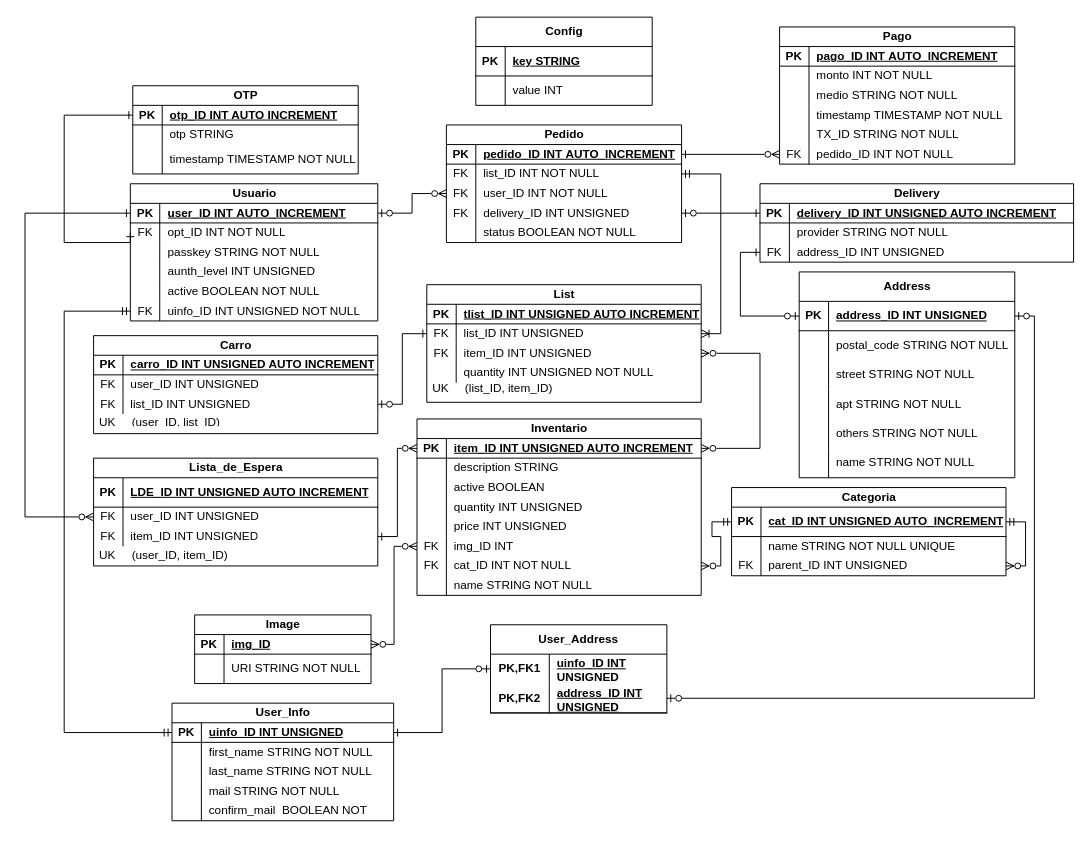
Before: back/src/main/java/com/uade/entity/EsquemaDB.drawio in nadie209x33/Marketplace, a draw.io diagram. Source tidied: cells renumbered, new cells numbered last; positions are measured from the earlier drawing's top-left corner, leaving out a move shared by most shapes. Both pictures are drawn from the tidied source at 98%, with x=0, y=0 at pixel (24, 17).
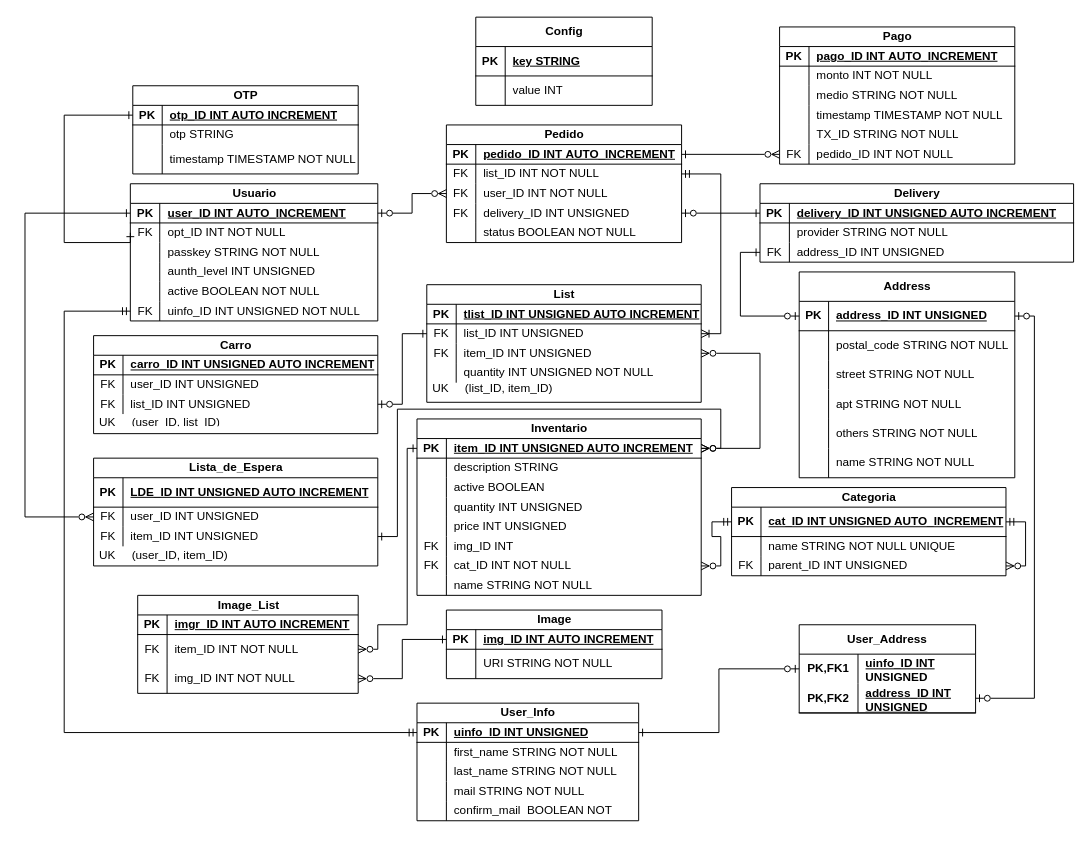
The same diagram, later.

Commit message:
Se Ajusto el esquema de base de datos para soprotar que un mismo producto tenga varias imagenes

Unchanged cells that the change refers to:
```xml
<mxCell id="68" style="shape=tableRow;horizontal=0;startSize=0;swimlaneHead=0;swimlaneBody=0;fillColor=none;points=[[0,0.5],[1,0.5]];portConstraint=eastwest;top=0;left=0;right=0;bottom=1;" parent="67" vertex="1">
  <mxGeometry y="20" width="290" height="20" as="geometry" />
</mxCell>
<mxCell id="83" style="shape=tableRow;horizontal=0;startSize=0;swimlaneHead=0;swimlaneBody=0;fillColor=none;points=[[0,0.5],[1,0.5]];portConstraint=eastwest;top=0;left=0;right=0;bottom=0;" parent="67" vertex="1">
  <mxGeometry y="120" width="290" height="20" as="geometry" />
</mxCell>
<mxCell id="189" style="shape=tableRow;horizontal=0;startSize=0;swimlaneHead=0;swimlaneBody=0;fillColor=none;points=[[0,0.5],[1,0.5]];portConstraint=eastwest;top=0;left=0;right=0;bottom=0;" parent="182" vertex="1">
  <mxGeometry y="70" width="290" height="20" as="geometry" />
</mxCell>
```

The edit, as a diff of the source:
```diff
@@
     <mxCell id="92" value="Image" style="shape=table;startSize=20;childLayout=tableLayout;rowLines=0;fontStyle=1;align=center;html=1;" parent="1" vertex="1">
-      <mxGeometry x="173.1" y="610" width="180" height="70" as="geometry" />
+      <mxGeometry x="430" y="605" width="220" height="70" as="geometry" />
     </mxCell>
     <mxCell id="93" style="shape=tableRow;horizontal=0;startSize=0;swimlaneHead=0;swimlaneBody=0;fillColor=none;points=[[0,0.5],[1,0.5]];portConstraint=eastwest;top=0;left=0;right=0;bottom=1;" parent="92" vertex="1">
-      <mxGeometry y="20" width="180" height="20" as="geometry" />
+      <mxGeometry y="20" width="220" height="20" as="geometry" />
     </mxCell>
@@
-    <mxCell id="95" value="img_ID" style="shape=partialRectangle;fillColor=none;top=0;left=0;bottom=0;right=0;align=left;spacingLeft=6;fontStyle=5;overflow=hidden;whiteSpace=wrap;html=1;" parent="93" vertex="1">
-      <mxGeometry x="30" width="150" height="20" as="geometry" />
+    <mxCell id="95" value="img_ID INT AUTO INCREMENT" style="shape=partialRectangle;fillColor=none;top=0;left=0;bottom=0;right=0;align=left;spacingLeft=6;fontStyle=5;overflow=hidden;whiteSpace=wrap;html=1;" parent="93" vertex="1">
+      <mxGeometry x="30" width="190" height="20" as="geometry" />
     </mxCell>
     <mxCell id="96" style="shape=tableRow;horizontal=0;startSize=0;swimlaneHead=0;swimlaneBody=0;fillColor=none;top=0;left=0;right=0;bottom=0;" parent="92" vertex="1">
-      <mxGeometry y="40" width="180" height="30" as="geometry" />
+      <mxGeometry y="40" width="220" height="30" as="geometry" />
     </mxCell>
@@
     <mxCell id="98" value="URI STRING NOT NULL" style="shape=partialRectangle;fillColor=none;top=0;left=0;bottom=0;right=0;align=left;spacingLeft=6;overflow=hidden;whiteSpace=wrap;html=1;" parent="96" vertex="1">
-      <mxGeometry x="30" width="150" height="30" as="geometry" />
+      <mxGeometry x="30" width="190" height="30" as="geometry" />
     </mxCell>
@@
-    <mxCell id="102" style="edgeStyle=orthogonalEdgeStyle;rounded=0;jettySize=auto;html=1;exitX=0;exitY=0.5;exitDx=0;exitDy=0;entryX=1;entryY=0.5;entryDx=0;entryDy=0;startArrow=ERzeroToMany;startFill=0;endArrow=ERzeroToMany;endFill=0;" parent="1" edge="1" source="83" target="93">
-      <mxGeometry relative="1" as="geometry" />
-    </mxCell>
@@
     <mxCell id="104" value="User_Info" style="shape=table;startSize=20;childLayout=tableLayout;rowLines=0;fontStyle=1;align=center;html=1;" parent="1" vertex="1">
-      <mxGeometry x="150" y="700" width="226.2" height="120" as="geometry" />
+      <mxGeometry x="400" y="700" width="226.2" height="120" as="geometry" />
     </mxCell>
@@
     <mxCell id="149" value="User_Address" style="shape=table;startSize=30;childLayout=tableLayout;rowLines=0;fontStyle=1;align=center;html=1;whiteSpace=wrap;" parent="1" vertex="1">
-      <mxGeometry x="475" y="620" width="180" height="90" as="geometry" />
+      <mxGeometry x="790" y="620" width="180" height="90" as="geometry" />
     </mxCell>
@@
-    <mxCell id="206" style="edgeStyle=orthogonalEdgeStyle;rounded=0;jettySize=auto;html=1;exitX=0;exitY=0.5;exitDx=0;exitDy=0;entryX=1;entryY=0.5;entryDx=0;entryDy=0;startArrow=ERzeroToMany;startFill=0;endArrow=ERone;endFill=0;" parent="1" edge="1" source="68" target="189">
-      <mxGeometry relative="1" as="geometry" />
+    <mxCell id="206" style="edgeStyle=orthogonalEdgeStyle;rounded=0;jettySize=auto;html=1;exitX=1;exitY=0.5;exitDx=0;exitDy=0;entryX=1;entryY=0.5;entryDx=0;entryDy=0;startArrow=ERzeroToMany;startFill=0;endArrow=ERone;endFill=0;" parent="1" edge="1" source="68" target="189">
+      <mxGeometry relative="1" as="geometry">
+        <Array as="points">
+          <mxPoint x="710" y="440" />
+          <mxPoint x="710" y="400" />
+          <mxPoint x="380" y="400" />
+          <mxPoint x="380" y="530" />
+        </Array>
+      </mxGeometry>
     </mxCell>
@@
+    <mxCell id="219" value="Image_List" style="shape=table;startSize=20;childLayout=tableLayout;rowLines=0;fontStyle=1;align=center;html=1;" parent="1" vertex="1">
+      <mxGeometry x="115" y="590" width="225" height="100" as="geometry" />
+    </mxCell>
+    <mxCell id="220" style="shape=tableRow;horizontal=0;startSize=0;swimlaneHead=0;swimlaneBody=0;fillColor=none;top=0;left=0;right=0;bottom=1;" parent="219" vertex="1">
+      <mxGeometry y="20" width="225" height="20" as="geometry" />
+    </mxCell>
+    <mxCell id="221" value="PK" style="shape=partialRectangle;fillColor=none;top=0;left=0;bottom=0;right=0;fontStyle=1;overflow=hidden;whiteSpace=wrap;html=1;" parent="220" vertex="1">
+      <mxGeometry width="30" height="20" as="geometry" />
+    </mxCell>
+    <mxCell id="222" value="imgr_ID INT AUTO INCREMENT" style="shape=partialRectangle;fillColor=none;top=0;left=0;bottom=0;right=0;align=left;spacingLeft=6;fontStyle=5;overflow=hidden;whiteSpace=wrap;html=1;" parent="220" vertex="1">
+      <mxGeometry x="30" width="195" height="20" as="geometry" />
+    </mxCell>
+    <mxCell id="223" style="shape=tableRow;horizontal=0;startSize=0;swimlaneHead=0;swimlaneBody=0;fillColor=none;points=[[0,0.5],[1,0.5]];portConstraint=eastwest;top=0;left=0;right=0;bottom=0;" parent="219" vertex="1">
+      <mxGeometry y="40" width="225" height="30" as="geometry" />
+    </mxCell>
+    <mxCell id="224" value="FK" style="shape=partialRectangle;fillColor=none;top=0;left=0;bottom=0;right=0;overflow=hidden;whiteSpace=wrap;html=1;" parent="223" vertex="1">
+      <mxGeometry width="30" height="30" as="geometry" />
+    </mxCell>
+    <mxCell id="225" value="item_ID INT NOT NULL" style="shape=partialRectangle;fillColor=none;top=0;left=0;bottom=0;right=0;align=left;spacingLeft=6;overflow=hidden;whiteSpace=wrap;html=1;" parent="223" vertex="1">
+      <mxGeometry x="30" width="195" height="30" as="geometry" />
+    </mxCell>
+    <mxCell id="226" style="shape=tableRow;horizontal=0;startSize=0;swimlaneHead=0;swimlaneBody=0;fillColor=none;points=[[0,0.5],[1,0.5]];portConstraint=eastwest;top=0;left=0;right=0;bottom=0;" parent="219" vertex="1">
+      <mxGeometry y="70" width="225" height="30" as="geometry" />
+    </mxCell>
+    <mxCell id="227" value="FK" style="shape=partialRectangle;fillColor=none;top=0;left=0;bottom=0;right=0;overflow=hidden;whiteSpace=wrap;html=1;" parent="226" vertex="1">
+      <mxGeometry width="30" height="30" as="geometry" />
+    </mxCell>
+    <mxCell id="228" value="img_ID INT NOT NULL" style="shape=partialRectangle;fillColor=none;top=0;left=0;bottom=0;right=0;align=left;spacingLeft=6;overflow=hidden;whiteSpace=wrap;html=1;" parent="226" vertex="1">
+      <mxGeometry x="30" width="195" height="30" as="geometry" />
+    </mxCell>
+    <mxCell id="229" style="edgeStyle=orthogonalEdgeStyle;rounded=0;jettySize=auto;html=1;exitX=1;exitY=0.5;exitDx=0;exitDy=0;entryX=0;entryY=0.5;entryDx=0;entryDy=0;startArrow=ERzeroToMany;startFill=0;endArrow=ERone;endFill=0;" parent="1" edge="1" source="226" target="93">
+      <mxGeometry relative="1" as="geometry" />
+    </mxCell>
+    <mxCell id="230" style="edgeStyle=orthogonalEdgeStyle;rounded=0;jettySize=auto;html=1;exitX=0;exitY=0.5;exitDx=0;exitDy=0;entryX=1;entryY=0.5;entryDx=0;entryDy=0;startArrow=ERone;startFill=0;endArrow=ERzeroToMany;endFill=0;" parent="1" edge="1" source="68" target="223">
+      <mxGeometry relative="1" as="geometry">
+        <Array as="points">
+          <mxPoint x="390" y="440" />
+          <mxPoint x="390" y="620" />
+          <mxPoint x="360" y="620" />
+          <mxPoint x="360" y="645" />
+        </Array>
+      </mxGeometry>
+    </mxCell>
```
